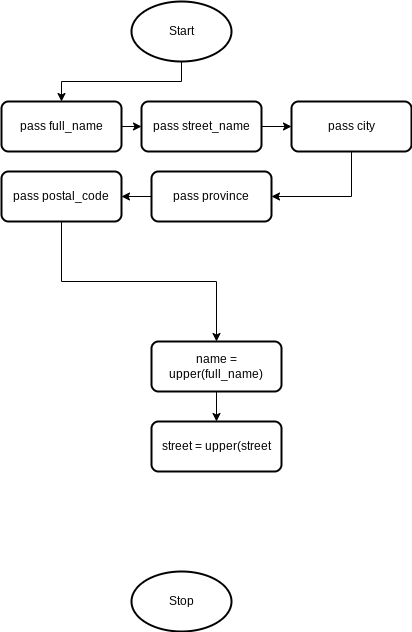
Yiyun-Qin/ICS3U-Unit5-05-Python keeps this draw.io diagram as design.address.flowchart.png. Above is the earlier version. Source tidied: cells renumbered, new cells last; positions are measured from the earlier drawing's top-left corner, leaving out a move shared by most shapes. Source of this version:
```xml
<mxGraphModel>
  <root>
    <mxCell id="0" />
    <mxCell id="1" parent="0" />
    <mxCell id="2" style="edgeStyle=orthogonalEdgeStyle;html=1;exitX=0.5;exitY=1;exitDx=0;exitDy=0;exitPerimeter=0;entryX=0.5;entryY=0;entryDx=0;entryDy=0;fontFamily=Helvetica;fontSize=12;fontColor=default;rounded=0;" parent="1" edge="1" source="3" target="6">
      <mxGeometry relative="1" as="geometry" />
    </mxCell>
    <mxCell id="3" value="Start" style="strokeWidth=2;html=1;shape=mxgraph.flowchart.start_1;whiteSpace=wrap;" parent="1" vertex="1">
      <mxGeometry x="130" width="100" height="60" as="geometry" />
    </mxCell>
    <mxCell id="4" value="Stop" style="strokeWidth=2;html=1;shape=mxgraph.flowchart.start_1;whiteSpace=wrap;" parent="1" vertex="1">
      <mxGeometry x="130" y="570" width="100" height="60" as="geometry" />
    </mxCell>
    <mxCell id="5" style="edgeStyle=none;html=1;fontFamily=Helvetica;fontSize=12;fontColor=default;" parent="1" edge="1" source="6" target="8">
      <mxGeometry relative="1" as="geometry" />
    </mxCell>
    <mxCell id="6" value="pass full_name" style="rounded=1;whiteSpace=wrap;html=1;absoluteArcSize=1;arcSize=14;strokeWidth=2;fontFamily=Helvetica;fontSize=12;fontColor=default;fillColor=default;" parent="1" vertex="1">
      <mxGeometry y="100" width="120" height="50" as="geometry" />
    </mxCell>
    <mxCell id="7" style="edgeStyle=none;html=1;fontFamily=Helvetica;fontSize=12;fontColor=default;" parent="1" edge="1" source="8" target="10">
      <mxGeometry relative="1" as="geometry" />
    </mxCell>
    <mxCell id="8" value="pass street_name" style="rounded=1;whiteSpace=wrap;html=1;absoluteArcSize=1;arcSize=14;strokeWidth=2;fontFamily=Helvetica;fontSize=12;fontColor=default;fillColor=default;" parent="1" vertex="1">
      <mxGeometry x="140" y="100" width="120" height="50" as="geometry" />
    </mxCell>
    <mxCell id="9" style="edgeStyle=orthogonalEdgeStyle;rounded=0;html=1;exitX=0.5;exitY=1;exitDx=0;exitDy=0;entryX=1;entryY=0.5;entryDx=0;entryDy=0;fontFamily=Helvetica;fontSize=12;fontColor=default;" parent="1" edge="1" source="10" target="12">
      <mxGeometry relative="1" as="geometry" />
    </mxCell>
    <mxCell id="10" value="pass city" style="rounded=1;whiteSpace=wrap;html=1;absoluteArcSize=1;arcSize=14;strokeWidth=2;fontFamily=Helvetica;fontSize=12;fontColor=default;fillColor=default;" parent="1" vertex="1">
      <mxGeometry x="290" y="100" width="120" height="50" as="geometry" />
    </mxCell>
    <mxCell id="11" style="edgeStyle=orthogonalEdgeStyle;rounded=0;html=1;fontFamily=Helvetica;fontSize=12;fontColor=default;" parent="1" edge="1" source="12" target="14">
      <mxGeometry relative="1" as="geometry" />
    </mxCell>
    <mxCell id="12" value="pass province" style="rounded=1;whiteSpace=wrap;html=1;absoluteArcSize=1;arcSize=14;strokeWidth=2;fontFamily=Helvetica;fontSize=12;fontColor=default;fillColor=default;" parent="1" vertex="1">
      <mxGeometry x="150" y="170" width="120" height="50" as="geometry" />
    </mxCell>
    <mxCell id="13" style="edgeStyle=orthogonalEdgeStyle;rounded=0;html=1;exitX=0.5;exitY=1;exitDx=0;exitDy=0;entryX=0.5;entryY=0;entryDx=0;entryDy=0;fontFamily=Helvetica;fontSize=12;fontColor=default;" parent="1" edge="1" source="14" target="16">
      <mxGeometry relative="1" as="geometry" />
    </mxCell>
    <mxCell id="14" value="pass postal_code" style="rounded=1;whiteSpace=wrap;html=1;absoluteArcSize=1;arcSize=14;strokeWidth=2;fontFamily=Helvetica;fontSize=12;fontColor=default;fillColor=default;" parent="1" vertex="1">
      <mxGeometry y="170" width="120" height="50" as="geometry" />
    </mxCell>
    <mxCell id="15" style="edgeStyle=orthogonalEdgeStyle;rounded=0;html=1;exitX=0.5;exitY=1;exitDx=0;exitDy=0;entryX=0.5;entryY=0;entryDx=0;entryDy=0;fontFamily=Helvetica;fontSize=12;fontColor=default;" parent="1" edge="1" source="16" target="17">
      <mxGeometry relative="1" as="geometry" />
    </mxCell>
    <mxCell id="16" value="name = upper(full_name)" style="rounded=1;whiteSpace=wrap;html=1;absoluteArcSize=1;arcSize=14;strokeWidth=2;fontFamily=Helvetica;fontSize=12;fontColor=default;fillColor=default;" parent="1" vertex="1">
      <mxGeometry x="150" y="340" width="130" height="50" as="geometry" />
    </mxCell>
    <mxCell id="17" value="street = upper(street" style="rounded=1;whiteSpace=wrap;html=1;absoluteArcSize=1;arcSize=14;strokeWidth=2;fontFamily=Helvetica;fontSize=12;fontColor=default;fillColor=default;" parent="1" vertex="1">
      <mxGeometry x="150" y="420" width="130" height="50" as="geometry" />
    </mxCell>
  </root>
</mxGraphModel>
```
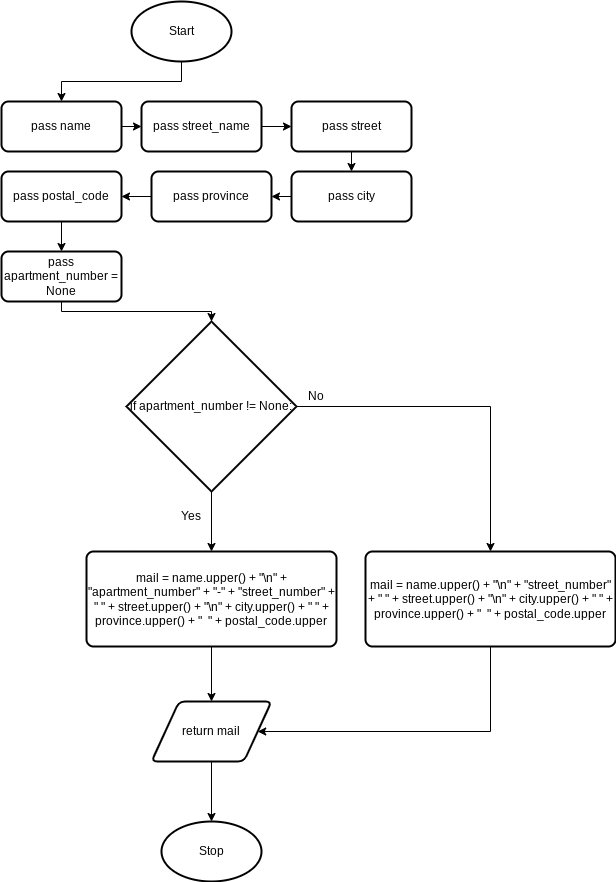
The same diagram one commit later.

Diff of the diagram source:
```diff
@@ -9,12 +9,12 @@
       <mxGeometry x="130" width="100" height="60" as="geometry" />
     </mxCell>
     <mxCell id="4" value="Stop" style="strokeWidth=2;html=1;shape=mxgraph.flowchart.start_1;whiteSpace=wrap;" parent="1" vertex="1">
-      <mxGeometry x="130" y="570" width="100" height="60" as="geometry" />
+      <mxGeometry x="160" y="820" width="100" height="60" as="geometry" />
     </mxCell>
     <mxCell id="5" style="edgeStyle=none;html=1;fontFamily=Helvetica;fontSize=12;fontColor=default;" parent="1" edge="1" source="6" target="8">
       <mxGeometry relative="1" as="geometry" />
     </mxCell>
-    <mxCell id="6" value="pass full_name" style="rounded=1;whiteSpace=wrap;html=1;absoluteArcSize=1;arcSize=14;strokeWidth=2;fontFamily=Helvetica;fontSize=12;fontColor=default;fillColor=default;" parent="1" vertex="1">
+    <mxCell id="6" value="pass name" style="rounded=1;whiteSpace=wrap;html=1;absoluteArcSize=1;arcSize=14;strokeWidth=2;fontFamily=Helvetica;fontSize=12;fontColor=default;fillColor=default;" parent="1" vertex="1">
       <mxGeometry y="100" width="120" height="50" as="geometry" />
     </mxCell>
     <mxCell id="7" style="edgeStyle=none;html=1;fontFamily=Helvetica;fontSize=12;fontColor=default;" parent="1" edge="1" source="8" target="10">
@@ -23,10 +23,10 @@
     <mxCell id="8" value="pass street_name" style="rounded=1;whiteSpace=wrap;html=1;absoluteArcSize=1;arcSize=14;strokeWidth=2;fontFamily=Helvetica;fontSize=12;fontColor=default;fillColor=default;" parent="1" vertex="1">
       <mxGeometry x="140" y="100" width="120" height="50" as="geometry" />
     </mxCell>
-    <mxCell id="9" style="edgeStyle=orthogonalEdgeStyle;rounded=0;html=1;exitX=0.5;exitY=1;exitDx=0;exitDy=0;entryX=1;entryY=0.5;entryDx=0;entryDy=0;fontFamily=Helvetica;fontSize=12;fontColor=default;" parent="1" edge="1" source="10" target="12">
-      <mxGeometry relative="1" as="geometry" />
-    </mxCell>
+    <mxCell id="18" style="edgeStyle=none;html=1;exitX=0.5;exitY=1;exitDx=0;exitDy=0;entryX=0.5;entryY=0;entryDx=0;entryDy=0;" parent="1" edge="1" source="10" target="21">
+      <mxGeometry relative="1" as="geometry" />
+    </mxCell>
-    <mxCell id="10" value="pass city" style="rounded=1;whiteSpace=wrap;html=1;absoluteArcSize=1;arcSize=14;strokeWidth=2;fontFamily=Helvetica;fontSize=12;fontColor=default;fillColor=default;" parent="1" vertex="1">
+    <mxCell id="10" value="pass street" style="rounded=1;whiteSpace=wrap;html=1;absoluteArcSize=1;arcSize=14;strokeWidth=2;fontFamily=Helvetica;fontSize=12;fontColor=default;fillColor=default;" parent="1" vertex="1">
       <mxGeometry x="290" y="100" width="120" height="50" as="geometry" />
     </mxCell>
     <mxCell id="11" style="edgeStyle=orthogonalEdgeStyle;rounded=0;html=1;fontFamily=Helvetica;fontSize=12;fontColor=default;" parent="1" edge="1" source="12" target="14">
@@ -35,20 +35,60 @@
     <mxCell id="12" value="pass province" style="rounded=1;whiteSpace=wrap;html=1;absoluteArcSize=1;arcSize=14;strokeWidth=2;fontFamily=Helvetica;fontSize=12;fontColor=default;fillColor=default;" parent="1" vertex="1">
       <mxGeometry x="150" y="170" width="120" height="50" as="geometry" />
     </mxCell>
-    <mxCell id="13" style="edgeStyle=orthogonalEdgeStyle;rounded=0;html=1;exitX=0.5;exitY=1;exitDx=0;exitDy=0;entryX=0.5;entryY=0;entryDx=0;entryDy=0;fontFamily=Helvetica;fontSize=12;fontColor=default;" parent="1" edge="1" source="14" target="16">
-      <mxGeometry relative="1" as="geometry" />
-    </mxCell>
+    <mxCell id="19" style="edgeStyle=none;html=1;exitX=0.5;exitY=1;exitDx=0;exitDy=0;entryX=0.5;entryY=0;entryDx=0;entryDy=0;" parent="1" edge="1" source="14" target="23">
+      <mxGeometry relative="1" as="geometry" />
+    </mxCell>
     <mxCell id="14" value="pass postal_code" style="rounded=1;whiteSpace=wrap;html=1;absoluteArcSize=1;arcSize=14;strokeWidth=2;fontFamily=Helvetica;fontSize=12;fontColor=default;fillColor=default;" parent="1" vertex="1">
       <mxGeometry y="170" width="120" height="50" as="geometry" />
     </mxCell>
-    <mxCell id="15" style="edgeStyle=orthogonalEdgeStyle;rounded=0;html=1;exitX=0.5;exitY=1;exitDx=0;exitDy=0;entryX=0.5;entryY=0;entryDx=0;entryDy=0;fontFamily=Helvetica;fontSize=12;fontColor=default;" parent="1" edge="1" source="16" target="17">
-      <mxGeometry relative="1" as="geometry" />
-    </mxCell>
-    <mxCell id="16" value="name = upper(full_name)" style="rounded=1;whiteSpace=wrap;html=1;absoluteArcSize=1;arcSize=14;strokeWidth=2;fontFamily=Helvetica;fontSize=12;fontColor=default;fillColor=default;" parent="1" vertex="1">
-      <mxGeometry x="150" y="340" width="130" height="50" as="geometry" />
-    </mxCell>
-    <mxCell id="17" value="street = upper(street" style="rounded=1;whiteSpace=wrap;html=1;absoluteArcSize=1;arcSize=14;strokeWidth=2;fontFamily=Helvetica;fontSize=12;fontColor=default;fillColor=default;" parent="1" vertex="1">
-      <mxGeometry x="150" y="420" width="130" height="50" as="geometry" />
-    </mxCell>
+    <mxCell id="20" style="edgeStyle=none;html=1;exitX=0;exitY=0.5;exitDx=0;exitDy=0;entryX=1;entryY=0.5;entryDx=0;entryDy=0;" parent="1" edge="1" source="21" target="12">
+      <mxGeometry relative="1" as="geometry" />
+    </mxCell>
+    <mxCell id="21" value="pass city" style="rounded=1;whiteSpace=wrap;html=1;absoluteArcSize=1;arcSize=14;strokeWidth=2;fontFamily=Helvetica;fontSize=12;fontColor=default;fillColor=default;" parent="1" vertex="1">
+      <mxGeometry x="290" y="170" width="120" height="50" as="geometry" />
+    </mxCell>
+    <mxCell id="22" style="edgeStyle=orthogonalEdgeStyle;html=1;exitX=0.5;exitY=1;exitDx=0;exitDy=0;entryX=0.5;entryY=0;entryDx=0;entryDy=0;entryPerimeter=0;rounded=0;" parent="1" edge="1" source="23" target="26">
+      <mxGeometry relative="1" as="geometry" />
+    </mxCell>
+    <mxCell id="23" value="pass apartment_number = None" style="rounded=1;whiteSpace=wrap;html=1;absoluteArcSize=1;arcSize=14;strokeWidth=2;fontFamily=Helvetica;fontSize=12;fontColor=default;fillColor=default;" parent="1" vertex="1">
+      <mxGeometry y="250" width="120" height="50" as="geometry" />
+    </mxCell>
+    <mxCell id="24" style="edgeStyle=orthogonalEdgeStyle;rounded=0;html=1;exitX=0.5;exitY=1;exitDx=0;exitDy=0;exitPerimeter=0;entryX=0.5;entryY=0;entryDx=0;entryDy=0;" parent="1" edge="1" source="26" target="28">
+      <mxGeometry relative="1" as="geometry" />
+    </mxCell>
+    <mxCell id="25" style="edgeStyle=orthogonalEdgeStyle;rounded=0;html=1;exitX=1;exitY=0.5;exitDx=0;exitDy=0;exitPerimeter=0;entryX=0.5;entryY=0;entryDx=0;entryDy=0;" parent="1" edge="1" source="26" target="30">
+      <mxGeometry relative="1" as="geometry" />
+    </mxCell>
+    <mxCell id="26" value="if apartment_number != None:" style="strokeWidth=2;html=1;shape=mxgraph.flowchart.decision;whiteSpace=wrap;" parent="1" vertex="1">
+      <mxGeometry x="125" y="320" width="170" height="170" as="geometry" />
+    </mxCell>
+    <mxCell id="27" style="edgeStyle=orthogonalEdgeStyle;rounded=0;html=1;exitX=0.5;exitY=1;exitDx=0;exitDy=0;entryX=0.5;entryY=0;entryDx=0;entryDy=0;" parent="1" edge="1" source="28" target="34">
+      <mxGeometry relative="1" as="geometry" />
+    </mxCell>
+    <mxCell id="28" value="mail = name.upper() + &quot;\n&quot; + &quot;apartment_number&quot; + &quot;-&quot; + &quot;street_number&quot; + &quot; &quot; + street.upper() + &quot;\n&quot; + city.upper() + &quot; &quot; + province.upper() + &quot;&amp;nbsp; &quot; + postal_code.upper" style="rounded=1;whiteSpace=wrap;html=1;absoluteArcSize=1;arcSize=14;strokeWidth=2;" parent="1" vertex="1">
+      <mxGeometry x="85" y="550" width="250" height="95" as="geometry" />
+    </mxCell>
+    <mxCell id="29" style="edgeStyle=orthogonalEdgeStyle;rounded=0;html=1;exitX=0.5;exitY=1;exitDx=0;exitDy=0;entryX=1;entryY=0.5;entryDx=0;entryDy=0;" parent="1" edge="1" source="30" target="34">
+      <mxGeometry relative="1" as="geometry">
+        <Array as="points">
+          <mxPoint x="489" y="730" />
+        </Array>
+      </mxGeometry>
+    </mxCell>
+    <mxCell id="30" value="mail = name.upper() + &quot;\n&quot; + &quot;street_number&quot; + &quot; &quot; + street.upper() + &quot;\n&quot; + city.upper() + &quot; &quot; + province.upper() + &quot;&amp;nbsp; &quot; + postal_code.upper" style="rounded=1;whiteSpace=wrap;html=1;absoluteArcSize=1;arcSize=14;strokeWidth=2;" parent="1" vertex="1">
+      <mxGeometry x="364" y="550" width="250" height="95" as="geometry" />
+    </mxCell>
+    <mxCell id="31" value="Yes" style="text;html=1;strokeColor=none;fillColor=none;align=center;verticalAlign=middle;whiteSpace=wrap;rounded=0;" parent="1" vertex="1">
+      <mxGeometry x="170" y="500" width="40" height="30" as="geometry" />
+    </mxCell>
+    <mxCell id="32" value="No" style="text;html=1;strokeColor=none;fillColor=none;align=center;verticalAlign=middle;whiteSpace=wrap;rounded=0;" parent="1" vertex="1">
+      <mxGeometry x="295" y="380" width="40" height="30" as="geometry" />
+    </mxCell>
+    <mxCell id="33" style="edgeStyle=orthogonalEdgeStyle;rounded=0;html=1;exitX=0.5;exitY=1;exitDx=0;exitDy=0;entryX=0.5;entryY=0;entryDx=0;entryDy=0;entryPerimeter=0;" parent="1" edge="1" source="34" target="4">
+      <mxGeometry relative="1" as="geometry" />
+    </mxCell>
+    <mxCell id="34" value="return mail" style="shape=parallelogram;html=1;strokeWidth=2;perimeter=parallelogramPerimeter;whiteSpace=wrap;rounded=1;arcSize=12;size=0.23;" parent="1" vertex="1">
+      <mxGeometry x="150" y="700" width="120" height="60" as="geometry" />
+    </mxCell>
   </root>
 </mxGraphModel>
```
